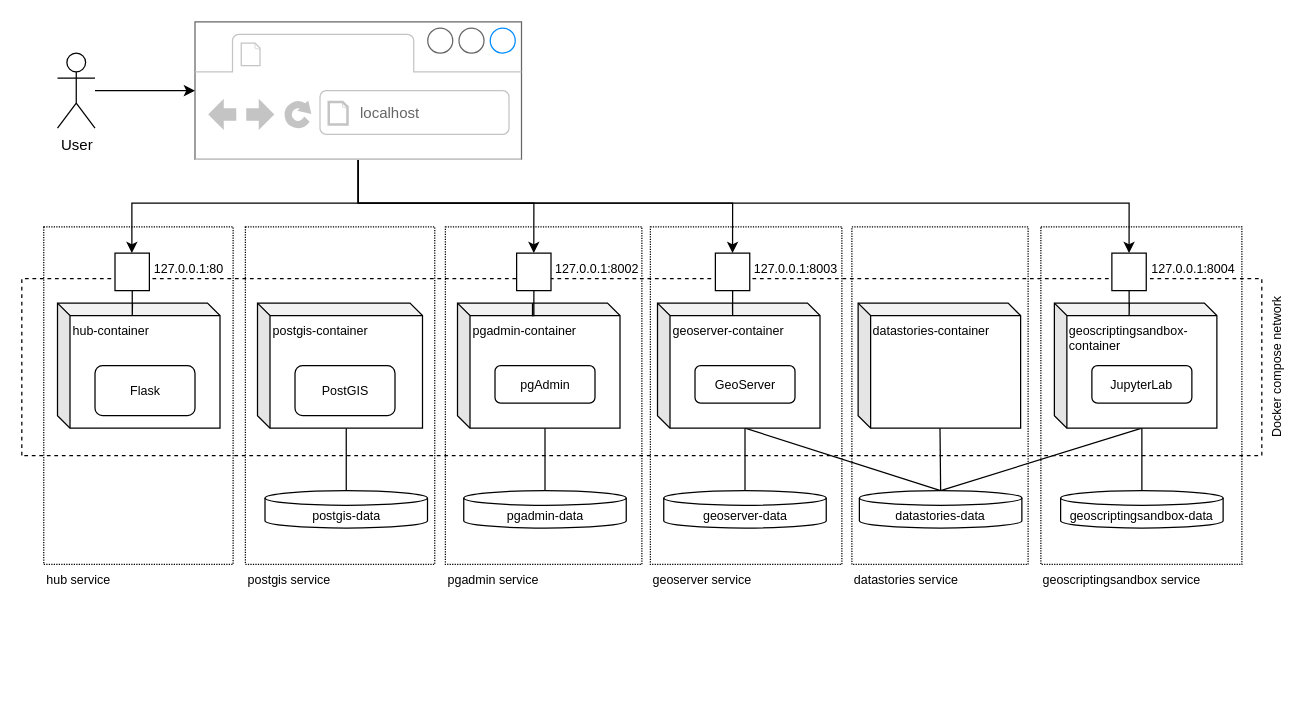
The draw.io diagram thesis/img/composeSetup.drawio in folinimarc/os_gis_sandbox, before the edit. Source tidied: cells renumbered, new cells numbered last; positions are measured from the earlier drawing's top-left corner, leaving out a move shared by most shapes. Both pictures are drawn from the tidied source at 125%, with x=0, y=0 at pixel (44, -254).
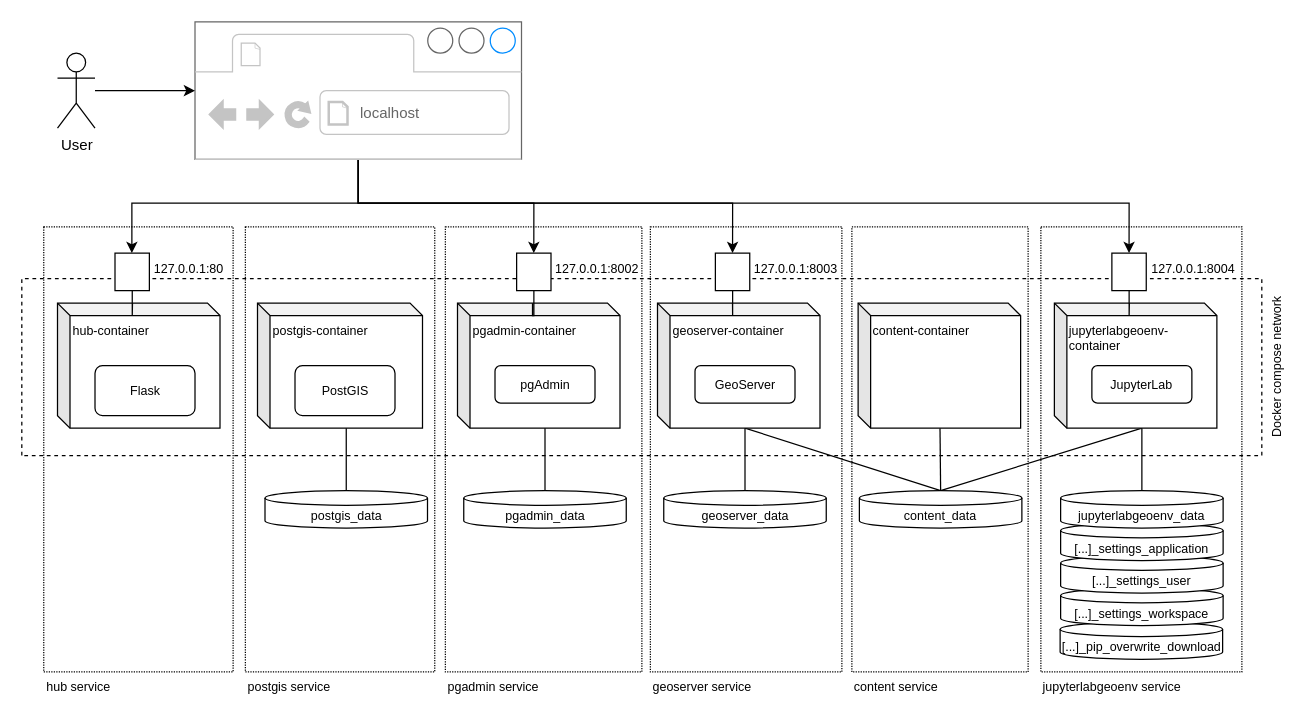
After the change.

Change to the diagram source:
```diff
@@
+    <mxCell id="47" value="jupyterlabgeoenv service" style="rounded=0;whiteSpace=wrap;html=1;fontSize=10;fillColor=none;align=left;verticalAlign=top;labelPosition=center;verticalLabelPosition=bottom;dashed=1;dashPattern=1 1;" parent="1" vertex="1">
+      <mxGeometry x="797.2" y="384" width="160.8" height="356" as="geometry" />
+    </mxCell>
+    <mxCell id="48" value="&lt;div style=&quot;text-align: left&quot;&gt;[...]_pip_overwrite_download&lt;br&gt;&lt;/div&gt;" style="shape=cylinder3;whiteSpace=wrap;html=1;boundedLbl=1;backgroundOutline=1;size=5.88232421875;fontSize=10;" parent="1" vertex="1">
+      <mxGeometry x="812.6" y="700" width="130" height="30" as="geometry" />
+    </mxCell>
+    <mxCell id="46" value="content service" style="rounded=0;whiteSpace=wrap;html=1;fontSize=10;fillColor=none;align=left;verticalAlign=top;labelPosition=center;verticalLabelPosition=bottom;dashed=1;dashPattern=1 1;" parent="1" vertex="1">
+      <mxGeometry x="646" y="384" width="141" height="356" as="geometry" />
+    </mxCell>
+    <mxCell id="45" value="geoserver service" style="rounded=0;whiteSpace=wrap;html=1;fontSize=10;fillColor=none;align=left;verticalAlign=top;labelPosition=center;verticalLabelPosition=bottom;dashed=1;dashPattern=1 1;" parent="1" vertex="1">
+      <mxGeometry x="484.8" y="384" width="153.2" height="356" as="geometry" />
+    </mxCell>
+    <mxCell id="44" value="pgadmin service" style="rounded=0;whiteSpace=wrap;html=1;fontSize=10;fillColor=none;align=left;verticalAlign=top;labelPosition=center;verticalLabelPosition=bottom;dashed=1;dashPattern=1 1;" parent="1" vertex="1">
+      <mxGeometry x="320.8" y="384" width="157.2" height="356" as="geometry" />
+    </mxCell>
+    <mxCell id="43" value="postgis service" style="rounded=0;whiteSpace=wrap;html=1;fontSize=10;fillColor=none;align=left;verticalAlign=top;labelPosition=center;verticalLabelPosition=bottom;dashed=1;dashPattern=1 1;" parent="1" vertex="1">
+      <mxGeometry x="160.8" y="384" width="151.5" height="356" as="geometry" />
+    </mxCell>
@@
-    <mxCell id="11" value="geoscriptingsandbox-container" style="shape=cube;whiteSpace=wrap;boundedLbl=1;backgroundOutline=1;darkOpacity=0.05;darkOpacity2=0.1;size=10;align=left;html=1;verticalAlign=top;fontSize=10;" parent="1" vertex="1">
+    <mxCell id="11" value="jupyterlabgeoenv-container" style="shape=cube;whiteSpace=wrap;boundedLbl=1;backgroundOutline=1;darkOpacity=0.05;darkOpacity2=0.1;size=10;align=left;html=1;verticalAlign=top;fontSize=10;" parent="1" vertex="1">
       <mxGeometry x="808" y="445" width="130" height="100" as="geometry" />
     </mxCell>
@@
-    <mxCell id="16" value="geoscriptingsandbox-data" style="shape=cylinder3;whiteSpace=wrap;html=1;boundedLbl=1;backgroundOutline=1;size=5.88232421875;fontSize=10;" parent="1" vertex="1">
-      <mxGeometry x="813" y="595" width="130" height="30" as="geometry" />
-    </mxCell>
@@
-    <mxCell id="18" value="geoserver-data" style="shape=cylinder3;whiteSpace=wrap;html=1;boundedLbl=1;backgroundOutline=1;size=5.88232421875;fontSize=10;" parent="1" vertex="1">
+    <mxCell id="18" value="geoserver_data" style="shape=cylinder3;whiteSpace=wrap;html=1;boundedLbl=1;backgroundOutline=1;size=5.88232421875;fontSize=10;" parent="1" vertex="1">
       <mxGeometry x="495.5" y="595" width="130" height="30" as="geometry" />
     </mxCell>
@@
-    <mxCell id="20" value="pgadmin-data" style="shape=cylinder3;whiteSpace=wrap;html=1;boundedLbl=1;backgroundOutline=1;size=5.88232421875;fontSize=10;" parent="1" vertex="1">
+    <mxCell id="20" value="pgadmin_data" style="shape=cylinder3;whiteSpace=wrap;html=1;boundedLbl=1;backgroundOutline=1;size=5.88232421875;fontSize=10;" parent="1" vertex="1">
       <mxGeometry x="335.5" y="595" width="130" height="30" as="geometry" />
     </mxCell>
@@
-    <mxCell id="22" value="postgis-data" style="shape=cylinder3;whiteSpace=wrap;html=1;boundedLbl=1;backgroundOutline=1;size=5.88232421875;fontSize=10;" parent="1" vertex="1">
+    <mxCell id="22" value="postgis_data" style="shape=cylinder3;whiteSpace=wrap;html=1;boundedLbl=1;backgroundOutline=1;size=5.88232421875;fontSize=10;" parent="1" vertex="1">
       <mxGeometry x="176.5" y="595" width="130" height="30" as="geometry" />
     </mxCell>
@@
-    <mxCell id="40" value="datastories-container" style="shape=cube;whiteSpace=wrap;boundedLbl=1;backgroundOutline=1;darkOpacity=0.05;darkOpacity2=0.1;size=10;align=left;html=1;verticalAlign=top;fontSize=10;" parent="1" vertex="1">
+    <mxCell id="40" value="content-container" style="shape=cube;whiteSpace=wrap;boundedLbl=1;backgroundOutline=1;darkOpacity=0.05;darkOpacity2=0.1;size=10;align=left;html=1;verticalAlign=top;fontSize=10;" parent="1" vertex="1">
       <mxGeometry x="651" y="445" width="130" height="100" as="geometry" />
     </mxCell>
-    <mxCell id="41" value="datastories-data" style="shape=cylinder3;whiteSpace=wrap;html=1;boundedLbl=1;backgroundOutline=1;size=5.88232421875;fontSize=10;" parent="1" vertex="1">
+    <mxCell id="41" value="content_data" style="shape=cylinder3;whiteSpace=wrap;html=1;boundedLbl=1;backgroundOutline=1;size=5.88232421875;fontSize=10;" parent="1" vertex="1">
       <mxGeometry x="652" y="595" width="130" height="30" as="geometry" />
     </mxCell>
     <mxCell id="42" value="hub service" style="rounded=0;whiteSpace=wrap;html=1;fontSize=10;fillColor=none;align=left;verticalAlign=top;labelPosition=center;verticalLabelPosition=bottom;dashed=1;dashPattern=1 1;" parent="1" vertex="1">
-      <mxGeometry x="-0.5" y="384" width="151.5" height="270" as="geometry" />
+      <mxGeometry x="-0.5" y="384" width="151.5" height="356" as="geometry" />
     </mxCell>
-    <mxCell id="43" value="postgis service" style="rounded=0;whiteSpace=wrap;html=1;fontSize=10;fillColor=none;align=left;verticalAlign=top;labelPosition=center;verticalLabelPosition=bottom;dashed=1;dashPattern=1 1;" parent="1" vertex="1">
-      <mxGeometry x="160.8" y="384" width="151.5" height="270" as="geometry" />
-    </mxCell>
-    <mxCell id="44" value="pgadmin service" style="rounded=0;whiteSpace=wrap;html=1;fontSize=10;fillColor=none;align=left;verticalAlign=top;labelPosition=center;verticalLabelPosition=bottom;dashed=1;dashPattern=1 1;" parent="1" vertex="1">
-      <mxGeometry x="320.8" y="384" width="157.2" height="270" as="geometry" />
-    </mxCell>
-    <mxCell id="45" value="geoserver service" style="rounded=0;whiteSpace=wrap;html=1;fontSize=10;fillColor=none;align=left;verticalAlign=top;labelPosition=center;verticalLabelPosition=bottom;dashed=1;dashPattern=1 1;" parent="1" vertex="1">
-      <mxGeometry x="484.8" y="384" width="153.2" height="270" as="geometry" />
-    </mxCell>
-    <mxCell id="46" value="datastories service" style="rounded=0;whiteSpace=wrap;html=1;fontSize=10;fillColor=none;align=left;verticalAlign=top;labelPosition=center;verticalLabelPosition=bottom;dashed=1;dashPattern=1 1;" parent="1" vertex="1">
-      <mxGeometry x="646" y="384" width="141" height="270" as="geometry" />
-    </mxCell>
-    <mxCell id="47" value="geoscriptingsandbox service" style="rounded=0;whiteSpace=wrap;html=1;fontSize=10;fillColor=none;align=left;verticalAlign=top;labelPosition=center;verticalLabelPosition=bottom;dashed=1;dashPattern=1 1;" parent="1" vertex="1">
-      <mxGeometry x="797.2" y="384" width="160.8" height="270" as="geometry" />
-    </mxCell>
+    <mxCell id="49" value="&lt;div style=&quot;text-align: left&quot;&gt;&lt;span&gt;[...]_settings_workspace&lt;/span&gt;&lt;/div&gt;" style="shape=cylinder3;whiteSpace=wrap;html=1;boundedLbl=1;backgroundOutline=1;size=5.88232421875;fontSize=10;" parent="1" vertex="1">
+      <mxGeometry x="813" y="673" width="130" height="30" as="geometry" />
+    </mxCell>
+    <mxCell id="50" value="&lt;div style=&quot;text-align: left&quot;&gt;&lt;span&gt;[...]_settings_user&lt;/span&gt;&lt;/div&gt;" style="shape=cylinder3;whiteSpace=wrap;html=1;boundedLbl=1;backgroundOutline=1;size=5.88232421875;fontSize=10;" parent="1" vertex="1">
+      <mxGeometry x="813" y="647" width="130" height="30" as="geometry" />
+    </mxCell>
+    <mxCell id="51" value="[...]_settings_application" style="shape=cylinder3;whiteSpace=wrap;html=1;boundedLbl=1;backgroundOutline=1;size=5.88232421875;fontSize=10;" parent="1" vertex="1">
+      <mxGeometry x="813" y="621" width="130" height="30" as="geometry" />
+    </mxCell>
+    <mxCell id="16" value="&lt;span style=&quot;text-align: left&quot;&gt;jupyterlabgeoenv_&lt;/span&gt;data" style="shape=cylinder3;whiteSpace=wrap;html=1;boundedLbl=1;backgroundOutline=1;size=5.88232421875;fontSize=10;" parent="1" vertex="1">
+      <mxGeometry x="813" y="595" width="130" height="30" as="geometry" />
+    </mxCell>
```
